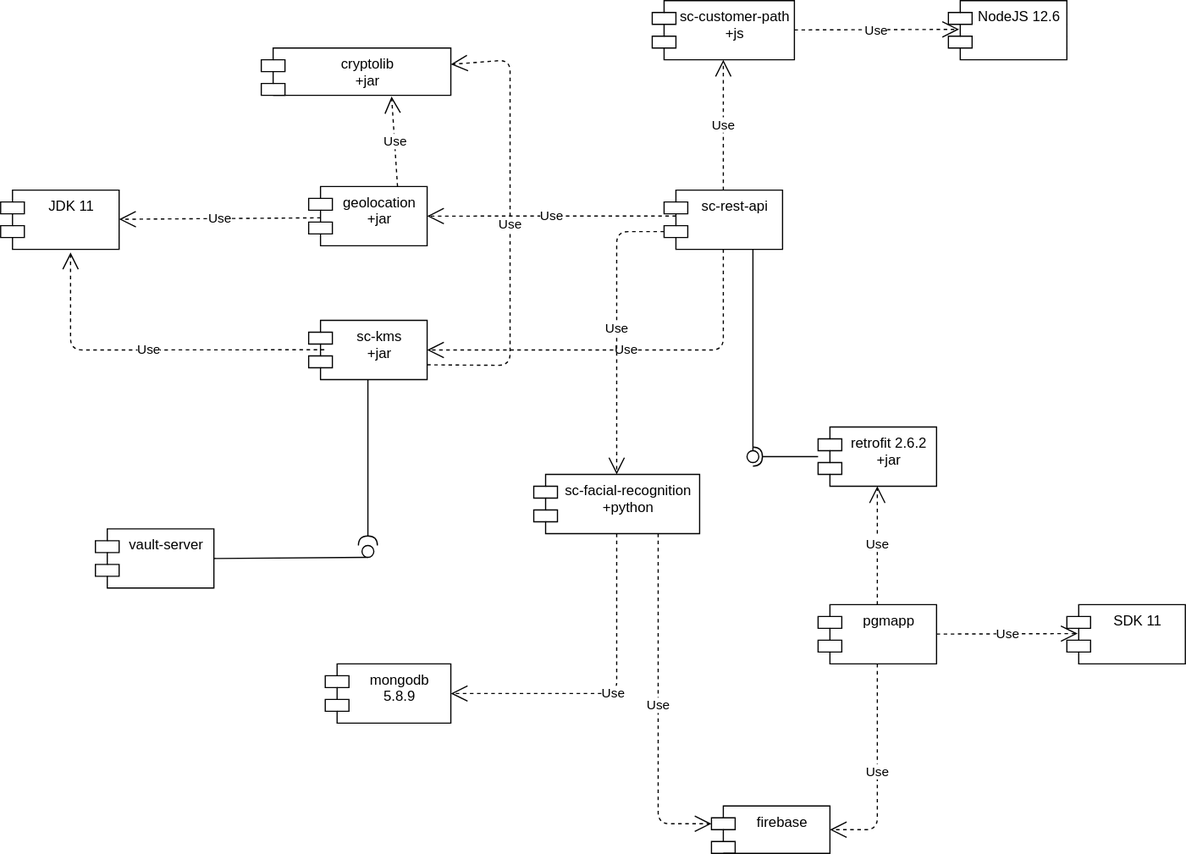
Before: diagrams/ComponentDiagram.svg, a diagram exported from draw.io (jessicaraman/pds-stardust). Source tidied: cells renumbered, new cells last; positions are measured from the earlier drawing's top-left corner, leaving out a move shared by most shapes.
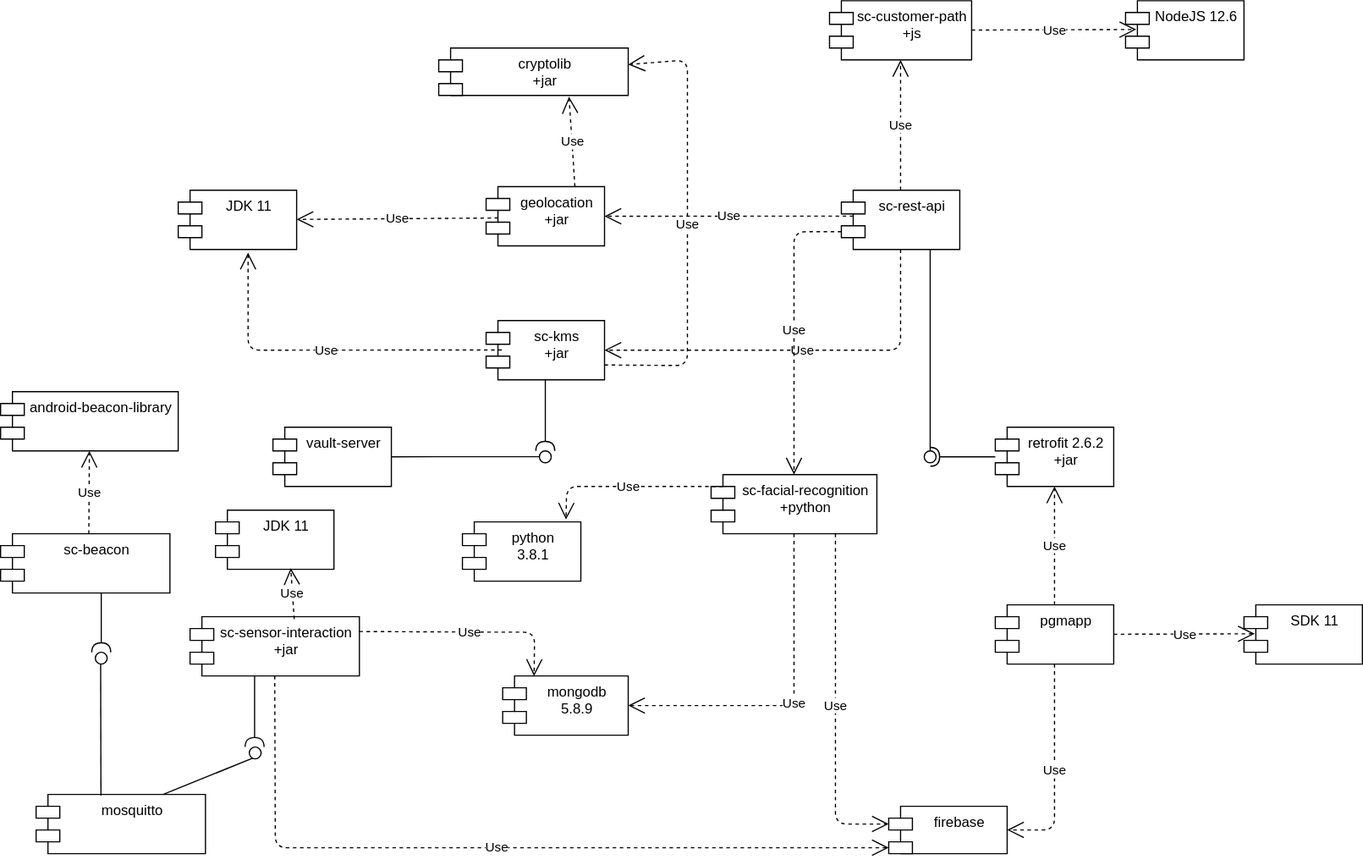
Later version of the same file.

Commit message:
add sequence diagram for uc3 (NCC) and update deployment/component diagrams

What changed in the source:
```diff
@@ -68,18 +68,18 @@
       </mxGeometry>
     </mxCell>
     <mxCell id="21" value="vault-server" style="shape=module;align=left;spacingLeft=20;align=center;verticalAlign=top;" parent="1" vertex="1">
-      <mxGeometry x="80" y="446" width="100" height="50" as="geometry" />
+      <mxGeometry x="80" y="360" width="100" height="50" as="geometry" />
     </mxCell>
-    <mxCell id="22" style="rounded=0;jettySize=auto;html=1;endArrow=none;endFill=0;exitX=1;exitY=0.5;exitDx=0;exitDy=0;entryX=0.5;entryY=1;entryDx=0;entryDy=0;entryPerimeter=0;" parent="1" edge="1" source="21" target="24">
+    <mxCell id="22" style="rounded=0;jettySize=auto;html=1;endArrow=none;endFill=0;exitX=1;exitY=0.5;exitDx=0;exitDy=0;entryX=0.031;entryY=0.493;entryDx=0;entryDy=0;entryPerimeter=0;" parent="1" edge="1" source="21" target="24">
       <mxGeometry relative="1" as="geometry" />
     </mxCell>
     <mxCell id="23" style="rounded=0;jettySize=auto;html=1;endArrow=halfCircle;endFill=0;endSize=6;strokeWidth=1;exitX=0.5;exitY=1;exitDx=0;exitDy=0;" parent="1" edge="1" source="18">
       <mxGeometry relative="1" as="geometry">
-        <mxPoint x="310" y="460" as="targetPoint" />
+        <mxPoint x="310" y="380" as="targetPoint" />
       </mxGeometry>
     </mxCell>
     <mxCell id="24" style="ellipse;whiteSpace=wrap;html=1;fontFamily=Helvetica;fontSize=12;fontColor=#000000;align=center;strokeColor=#000000;fillColor=#ffffff;points=[];" parent="1" vertex="1">
-      <mxGeometry x="305" y="460" width="10" height="10" as="geometry" />
+      <mxGeometry x="305" y="380" width="10" height="10" as="geometry" />
     </mxCell>
     <mxCell id="25" value="cryptolib&#10;+jar" style="shape=module;align=left;spacingLeft=20;align=center;verticalAlign=top;" parent="1" vertex="1">
       <mxGeometry x="220" y="40" width="160" height="40" as="geometry" />
@@ -104,7 +104,7 @@
       <mxGeometry x="450" y="400" width="140" height="50" as="geometry" />
     </mxCell>
     <mxCell id="30" value="mongodb&#10;5.8.9" style="shape=module;align=left;spacingLeft=20;align=center;verticalAlign=top;" parent="1" vertex="1">
-      <mxGeometry x="274" y="560" width="106" height="50" as="geometry" />
+      <mxGeometry x="274" y="570" width="106" height="50" as="geometry" />
     </mxCell>
     <mxCell id="31" value="firebase" style="shape=module;align=left;spacingLeft=20;align=center;verticalAlign=top;" parent="1" vertex="1">
       <mxGeometry x="600" y="680" width="100" height="40" as="geometry" />
@@ -119,7 +119,7 @@
     <mxCell id="33" value="Use" style="endArrow=open;endSize=12;dashed=1;html=1;exitX=0.5;exitY=1;exitDx=0;exitDy=0;entryX=1;entryY=0.5;entryDx=0;entryDy=0;" parent="1" edge="1" source="29" target="30">
       <mxGeometry relative="1" as="geometry">
         <Array as="points">
-          <mxPoint x="520" y="585" />
+          <mxPoint x="520" y="595" />
         </Array>
       </mxGeometry>
     </mxCell>
@@ -137,5 +137,82 @@
         </Array>
       </mxGeometry>
     </mxCell>
+    <mxCell id="36" value="python&#10;3.8.1" style="shape=module;align=left;spacingLeft=20;align=center;verticalAlign=top;" parent="1" vertex="1">
+      <mxGeometry x="240" y="440" width="100" height="50" as="geometry" />
+    </mxCell>
+    <mxCell id="37" value="Use" style="endArrow=open;endSize=12;dashed=1;html=1;exitX=0.071;exitY=0.2;exitDx=0;exitDy=0;exitPerimeter=0;entryX=0.875;entryY=-0.04;entryDx=0;entryDy=0;entryPerimeter=0;" parent="1" edge="1" source="29" target="36">
+      <mxGeometry relative="1" as="geometry">
+        <Array as="points">
+          <mxPoint x="328" y="410" />
+        </Array>
+      </mxGeometry>
+    </mxCell>
+    <mxCell id="38" value="sc-sensor-interaction&#10;+jar" style="shape=module;align=left;spacingLeft=20;align=center;verticalAlign=top;" parent="1" vertex="1">
+      <mxGeometry x="10" y="520" width="143" height="50" as="geometry" />
+    </mxCell>
+    <mxCell id="39" value="Use" style="endArrow=open;endSize=12;dashed=1;html=1;exitX=1;exitY=0.25;exitDx=0;exitDy=0;entryX=0.25;entryY=0;entryDx=0;entryDy=0;" parent="1" edge="1" source="38" target="30">
+      <mxGeometry relative="1" as="geometry">
+        <Array as="points">
+          <mxPoint x="260" y="533" />
+          <mxPoint x="301" y="533" />
+        </Array>
+      </mxGeometry>
+    </mxCell>
+    <mxCell id="40" value="Use" style="endArrow=open;endSize=12;dashed=1;html=1;exitX=0.5;exitY=1;exitDx=0;exitDy=0;entryX=0;entryY=0;entryDx=0;entryDy=35;entryPerimeter=0;" parent="1" edge="1" source="38" target="31">
+      <mxGeometry relative="1" as="geometry">
+        <Array as="points">
+          <mxPoint x="82" y="715" />
+          <mxPoint x="230" y="715" />
+        </Array>
+      </mxGeometry>
+    </mxCell>
+    <mxCell id="41" value="JDK 11" style="shape=module;align=left;spacingLeft=20;align=center;verticalAlign=top;" parent="1" vertex="1">
+      <mxGeometry x="31.5" y="430" width="100" height="50" as="geometry" />
+    </mxCell>
+    <mxCell id="42" value="Use" style="endArrow=open;endSize=12;dashed=1;html=1;entryX=0.635;entryY=0.98;entryDx=0;entryDy=0;entryPerimeter=0;exitX=0.615;exitY=0.04;exitDx=0;exitDy=0;exitPerimeter=0;" parent="1" edge="1" source="38" target="41">
+      <mxGeometry relative="1" as="geometry" />
+    </mxCell>
+    <mxCell id="43" value="mosquitto" style="shape=module;align=left;spacingLeft=20;align=center;verticalAlign=top;" parent="1" vertex="1">
+      <mxGeometry x="-120" y="670" width="143" height="50" as="geometry" />
+    </mxCell>
+    <mxCell id="44" style="rounded=0;jettySize=auto;html=1;endArrow=none;endFill=0;exitX=0.75;exitY=0;exitDx=0;exitDy=0;entryX=0.4;entryY=0.9;entryDx=0;entryDy=0;entryPerimeter=0;" parent="1" edge="1" source="43" target="45">
+      <mxGeometry relative="1" as="geometry" />
+    </mxCell>
+    <mxCell id="45" style="ellipse;whiteSpace=wrap;html=1;fontFamily=Helvetica;fontSize=12;fontColor=#000000;align=center;strokeColor=#000000;fillColor=#ffffff;points=[];" parent="1" vertex="1">
+      <mxGeometry x="60" y="630" width="10" height="10" as="geometry" />
+    </mxCell>
+    <mxCell id="46" style="rounded=0;orthogonalLoop=1;jettySize=auto;html=1;endArrow=halfCircle;endFill=0;endSize=6;strokeWidth=1;exitX=0.5;exitY=1;exitDx=0;exitDy=0;" parent="1" edge="1">
+      <mxGeometry relative="1" as="geometry">
+        <mxPoint x="64.5" y="570" as="sourcePoint" />
+        <mxPoint x="64.5" y="630" as="targetPoint" />
+      </mxGeometry>
+    </mxCell>
+    <mxCell id="47" value="sc-beacon" style="shape=module;align=left;spacingLeft=20;align=center;verticalAlign=top;" parent="1" vertex="1">
+      <mxGeometry x="-150" y="450" width="143" height="50" as="geometry" />
+    </mxCell>
+    <mxCell id="48" style="rounded=0;orthogonalLoop=1;jettySize=auto;html=1;endArrow=none;endFill=0;exitX=0.75;exitY=0;exitDx=0;exitDy=0;" parent="1" edge="1">
+      <mxGeometry relative="1" as="geometry">
+        <mxPoint x="-65.2" y="671" as="sourcePoint" />
+        <mxPoint x="-65.5" y="560" as="targetPoint" />
+      </mxGeometry>
+    </mxCell>
+    <mxCell id="49" style="ellipse;whiteSpace=wrap;html=1;fontFamily=Helvetica;fontSize=12;fontColor=#000000;align=center;strokeColor=#000000;fillColor=#ffffff;" parent="1" vertex="1">
+      <mxGeometry x="-70" y="550" width="10" height="10" as="geometry" />
+    </mxCell>
+    <mxCell id="50" style="rounded=0;orthogonalLoop=1;jettySize=auto;html=1;endArrow=halfCircle;endFill=0;endSize=6;strokeWidth=1;" parent="1" edge="1">
+      <mxGeometry relative="1" as="geometry">
+        <mxPoint x="-65" y="500" as="sourcePoint" />
+        <mxPoint x="-65" y="550" as="targetPoint" />
+      </mxGeometry>
+    </mxCell>
+    <mxCell id="51" value="android-beacon-library" style="shape=module;align=left;spacingLeft=20;align=center;verticalAlign=top;" parent="1" vertex="1">
+      <mxGeometry x="-150" y="330" width="150" height="50" as="geometry" />
+    </mxCell>
+    <mxCell id="52" value="Use" style="endArrow=open;endSize=12;dashed=1;html=1;exitX=0.5;exitY=0;exitDx=0;exitDy=0;" parent="1" edge="1">
+      <mxGeometry relative="1" as="geometry">
+        <mxPoint x="-75.5" y="450" as="sourcePoint" />
+        <mxPoint x="-75" y="380" as="targetPoint" />
+      </mxGeometry>
+    </mxCell>
   </root>
 </mxGraphModel>
```
